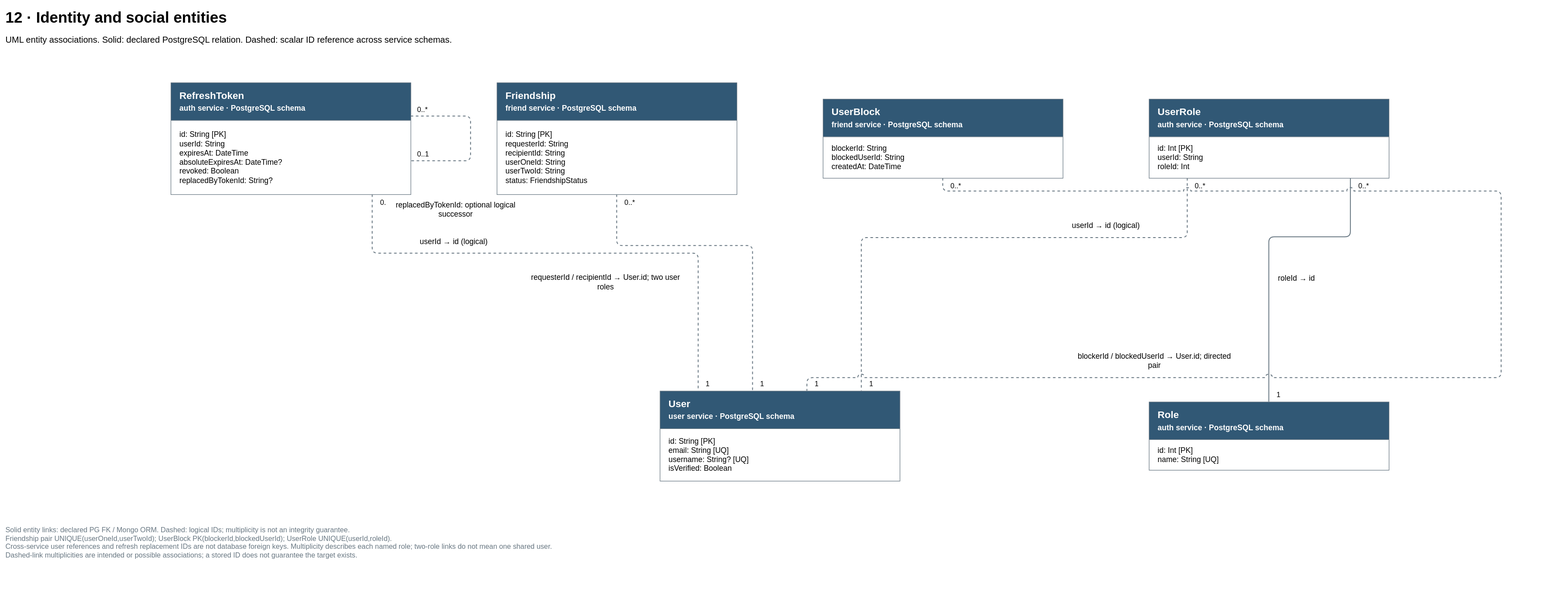
This is docs/diagrams/velora-current/importable-svg/12-identity-social.drawio.svg from HieuCuteDangYeu/velora-backend, a draw.io export, as it was before one commit. Source tidied: cells renumbered, new cells last; positions are measured from the earlier drawing's top-left corner, leaving out a move shared by most shapes.
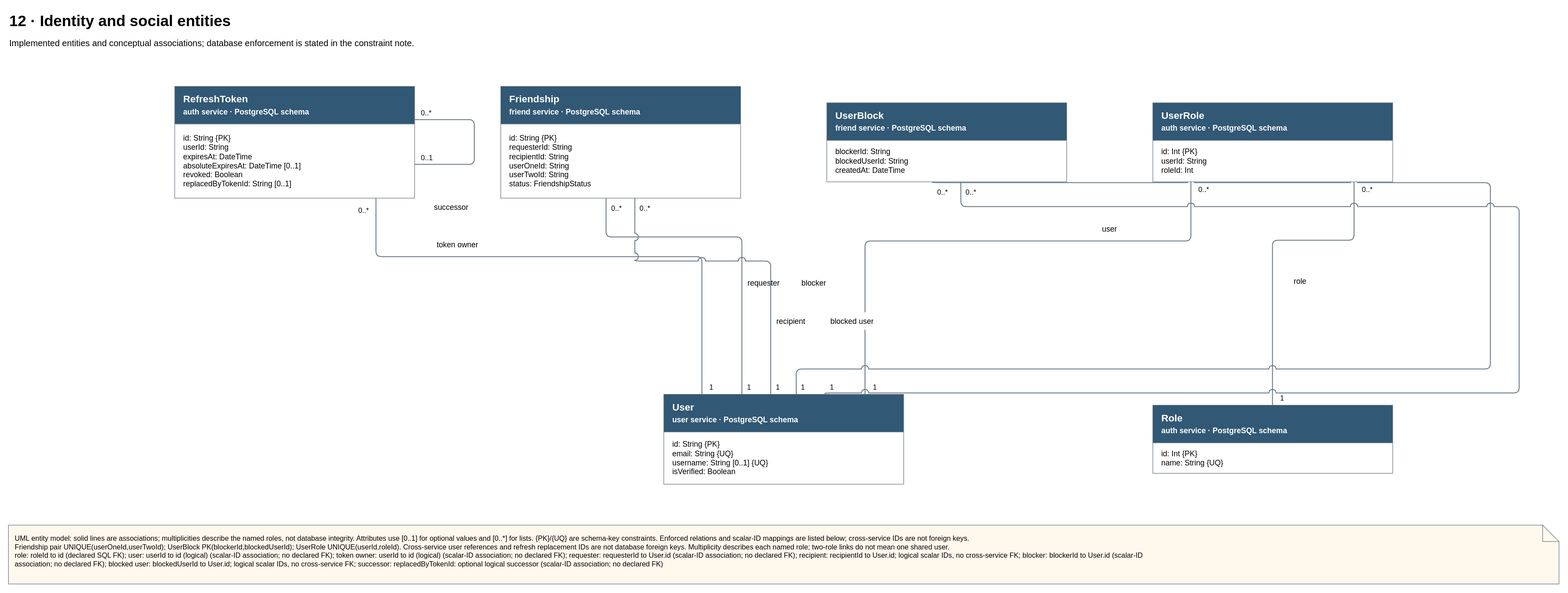
After the change.

The edit, as a diff of the source:
```diff
@@ -12,3 +12,3 @@
     </mxCell>
-    <mxCell id="3" value="roleId → id" style="text;html=1;whiteSpace=wrap;overflow=hidden;fontFamily=Arial;fontSize=14;align=center;verticalAlign=middle;fillColor=#ffffff;spacing=0;fontFamily=Arial;" parent="1" vertex="1">
+    <mxCell id="3" value="role" style="text;html=1;whiteSpace=wrap;overflow=hidden;fontFamily=Arial;fontSize=14;align=center;verticalAlign=middle;fillColor=#ffffff;spacing=0;fontFamily=Arial;" parent="1" vertex="1">
       <mxGeometry x="2326" y="485.4" width="86.9" height="32" as="geometry" />
@@ -21,3 +21,3 @@
     </mxCell>
-    <mxCell id="6" style="edgeStyle=none;noEdgeStyle=1;html=1;strokeColor=#687782;strokeWidth=1.6;jumpStyle=arc;jumpSize=12;exitPerimeter=0;entryPerimeter=0;exitX=0.1600000000000002;exitY=1.0;entryX=0.8400000000000003;entryY=0.0;endArrow=none;dashed=1;fontFamily=Arial;" parent="1" edge="1" source="30" target="26">
+    <mxCell id="6" style="edgeStyle=none;noEdgeStyle=1;html=1;strokeColor=#687782;strokeWidth=1.6;jumpStyle=arc;jumpSize=12;exitPerimeter=0;entryPerimeter=0;exitX=0.1600000000000002;exitY=1.0;entryX=0.8400000000000003;entryY=0.0;endArrow=none;fontFamily=Arial;" parent="1" edge="1" source="30" target="26">
       <mxGeometry relative="1" as="geometry">
@@ -29,3 +29,3 @@
     </mxCell>
-    <mxCell id="7" value="userId → id (logical)" style="text;html=1;whiteSpace=wrap;overflow=hidden;fontFamily=Arial;fontSize=14;align=center;verticalAlign=middle;fillColor=#ffffff;spacing=0;fontFamily=Arial;" parent="1" vertex="1">
+    <mxCell id="7" value="user" style="text;html=1;whiteSpace=wrap;overflow=hidden;fontFamily=Arial;fontSize=14;align=center;verticalAlign=middle;fillColor=#ffffff;spacing=0;fontFamily=Arial;" parent="1" vertex="1">
       <mxGeometry x="1945.8" y="389.2" width="148.2" height="32" as="geometry" />
@@ -38,3 +38,3 @@
     </mxCell>
-    <mxCell id="10" style="edgeStyle=none;noEdgeStyle=1;html=1;strokeColor=#687782;strokeWidth=1.6;jumpStyle=arc;jumpSize=12;exitPerimeter=0;entryPerimeter=0;exitX=0.8400000000000001;exitY=1.0;entryX=0.1599999999999997;entryY=0.0;endArrow=none;dashed=1;fontFamily=Arial;" parent="1" edge="1" source="32" target="26">
+    <mxCell id="10" style="edgeStyle=none;noEdgeStyle=1;html=1;strokeColor=#687782;strokeWidth=1.6;jumpStyle=arc;jumpSize=12;exitPerimeter=0;entryPerimeter=0;exitX=0.8400000000000001;exitY=1.0;entryX=0.1599999999999997;entryY=0.0;endArrow=none;fontFamily=Arial;" parent="1" edge="1" source="32" target="26">
       <mxGeometry relative="1" as="geometry">
@@ -46,3 +46,3 @@
     </mxCell>
-    <mxCell id="11" value="userId → id (logical)" style="text;html=1;whiteSpace=wrap;overflow=hidden;fontFamily=Arial;fontSize=14;align=center;verticalAlign=middle;fillColor=#ffffff;spacing=0;fontFamily=Arial;" parent="1" vertex="1">
+    <mxCell id="11" value="token owner" style="text;html=1;whiteSpace=wrap;overflow=hidden;fontFamily=Arial;fontSize=14;align=center;verticalAlign=middle;fillColor=#ffffff;spacing=0;fontFamily=Arial;" parent="1" vertex="1">
       <mxGeometry x="749.9" y="417.8" width="148.2" height="32" as="geometry" />
@@ -50,3 +50,3 @@
     <mxCell id="12" value="0..*" style="text;html=1;whiteSpace=wrap;overflow=hidden;fontFamily=Arial;fontSize=13;align=left;verticalAlign=middle;fontFamily=Arial;" parent="1" vertex="1">
-      <mxGeometry x="686.6" y="352" width="48" height="18" as="geometry" />
+      <mxGeometry x="639.6" y="360" width="58" height="22" as="geometry" />
     </mxCell>
@@ -55,7 +55,7 @@
     </mxCell>
-    <mxCell id="14" style="edgeStyle=none;noEdgeStyle=1;html=1;strokeColor=#687782;strokeWidth=1.6;jumpStyle=arc;jumpSize=12;exitPerimeter=0;entryPerimeter=0;exitX=0.5000000000000002;exitY=1.0;entryX=0.3866666666666669;entryY=0.0;endArrow=none;dashed=1;fontFamily=Arial;" parent="1" edge="1" source="34" target="26">
+    <mxCell id="14" style="edgeStyle=none;noEdgeStyle=1;html=1;strokeColor=#687782;strokeWidth=1.6;jumpStyle=arc;jumpSize=12;exitPerimeter=0;entryPerimeter=0;exitX=0.4400000000000002;exitY=1.0;entryX=0.3266666666666669;entryY=0.0;endArrow=none;fontFamily=Arial;" parent="1" edge="1" source="34" target="26">
       <mxGeometry relative="1" as="geometry">
         <Array as="points">
-          <mxPoint x="1123" y="441.8" />
-          <mxPoint x="1372.1" y="441.8" />
+          <mxPoint x="1096.6" y="419.8" />
+          <mxPoint x="1345.7" y="419.8" />
         </Array>
@@ -63,18 +63,18 @@
     </mxCell>
-    <mxCell id="15" value="requesterId / recipientId → User.id; two user&lt;br&gt;roles" style="text;html=1;whiteSpace=wrap;overflow=hidden;fontFamily=Arial;fontSize=14;align=center;verticalAlign=middle;fillColor=#ffffff;spacing=0;fontFamily=Arial;" parent="1" vertex="1">
-      <mxGeometry x="950.3" y="482.4" width="305" height="52" as="geometry" />
+    <mxCell id="15" value="requester" style="text;html=1;whiteSpace=wrap;overflow=hidden;fontFamily=Arial;fontSize=14;align=left;verticalAlign=middle;fillColor=#ffffff;spacing=0;fontFamily=Arial;" parent="1" vertex="1">
+      <mxGeometry x="1355.7" y="488" width="105" height="32" as="geometry" />
     </mxCell>
     <mxCell id="16" value="0..*" style="text;html=1;whiteSpace=wrap;overflow=hidden;fontFamily=Arial;fontSize=13;align=left;verticalAlign=middle;fontFamily=Arial;" parent="1" vertex="1">
-      <mxGeometry x="1135" y="352" width="48" height="18" as="geometry" />
+      <mxGeometry x="1103.6" y="357" width="30" height="18" as="geometry" />
     </mxCell>
     <mxCell id="17" value="1" style="text;html=1;whiteSpace=wrap;overflow=hidden;fontFamily=Arial;fontSize=13;align=left;verticalAlign=middle;fontFamily=Arial;" parent="1" vertex="1">
-      <mxGeometry x="1384.1" y="685" width="48" height="18" as="geometry" />
+      <mxGeometry x="1352.7" y="685" width="30" height="18" as="geometry" />
     </mxCell>
-    <mxCell id="18" style="edgeStyle=none;noEdgeStyle=1;html=1;strokeColor=#687782;strokeWidth=1.6;jumpStyle=arc;jumpSize=12;exitPerimeter=0;entryPerimeter=0;exitX=0.5;exitY=1.0;entryX=0.6133333333333331;entryY=0.0;endArrow=none;dashed=1;fontFamily=Arial;" parent="1" edge="1" source="36" target="26">
+    <mxCell id="18" style="edgeStyle=none;noEdgeStyle=1;html=1;strokeColor=#687782;strokeWidth=1.6;jumpStyle=arc;jumpSize=12;exitPerimeter=0;entryPerimeter=0;exitX=0.44;exitY=1.0;entryX=0.553333333333333;entryY=0.0;endArrow=none;fontFamily=Arial;" parent="1" edge="1" source="36" target="26">
       <mxGeometry relative="1" as="geometry">
         <Array as="points">
-          <mxPoint x="1721" y="342" />
-          <mxPoint x="2745" y="342" />
-          <mxPoint x="2745" y="684" />
-          <mxPoint x="1471.9" y="684" />
+          <mxPoint x="1694.6" y="320" />
+          <mxPoint x="2718.6" y="320" />
+          <mxPoint x="2718.6" y="662" />
+          <mxPoint x="1445.5" y="662" />
         </Array>
@@ -82,12 +82,12 @@
     </mxCell>
-    <mxCell id="19" value="blockerId / blockedUserId → User.id; directed&lt;br&gt;pair" style="text;html=1;whiteSpace=wrap;overflow=hidden;fontFamily=Arial;fontSize=14;align=center;verticalAlign=middle;fillColor=#ffffff;spacing=0;fontFamily=Arial;" parent="1" vertex="1">
-      <mxGeometry x="1951.6" y="626" width="313.7" height="52" as="geometry" />
+    <mxCell id="19" value="blocker" style="text;html=1;whiteSpace=wrap;overflow=hidden;fontFamily=Arial;fontSize=14;align=left;verticalAlign=middle;fillColor=#ffffff;spacing=0;fontFamily=Arial;" parent="1" vertex="1">
+      <mxGeometry x="1455.5" y="488" width="105" height="32" as="geometry" />
     </mxCell>
     <mxCell id="20" value="0..*" style="text;html=1;whiteSpace=wrap;overflow=hidden;fontFamily=Arial;fontSize=13;align=left;verticalAlign=middle;fontFamily=Arial;" parent="1" vertex="1">
-      <mxGeometry x="1733" y="322" width="48" height="18" as="geometry" />
+      <mxGeometry x="1701.6" y="327" width="30" height="18" as="geometry" />
     </mxCell>
     <mxCell id="21" value="1" style="text;html=1;whiteSpace=wrap;overflow=hidden;fontFamily=Arial;fontSize=13;align=left;verticalAlign=middle;fontFamily=Arial;" parent="1" vertex="1">
-      <mxGeometry x="1483.9" y="685" width="48" height="18" as="geometry" />
+      <mxGeometry x="1452.5" y="685" width="30" height="18" as="geometry" />
     </mxCell>
-    <mxCell id="22" style="edgeStyle=none;noEdgeStyle=1;html=1;strokeColor=#687782;strokeWidth=1.6;jumpStyle=arc;jumpSize=12;exitPerimeter=0;entryPerimeter=0;exitX=1.0;exitY=0.3;entryX=1.0;entryY=0.7;endArrow=none;dashed=1;fontFamily=Arial;" parent="1" edge="1" source="32" target="32">
+    <mxCell id="22" style="edgeStyle=none;noEdgeStyle=1;html=1;strokeColor=#687782;strokeWidth=1.6;jumpStyle=arc;jumpSize=12;exitPerimeter=0;entryPerimeter=0;exitX=1.0;exitY=0.3;entryX=1.0;entryY=0.7;endArrow=none;fontFamily=Arial;" parent="1" edge="1" source="32" target="32">
       <mxGeometry relative="1" as="geometry">
@@ -99,4 +99,4 @@
     </mxCell>
-    <mxCell id="23" value="replacedByTokenId: optional logical&lt;br&gt;successor" style="text;html=1;whiteSpace=wrap;overflow=hidden;fontFamily=Arial;fontSize=14;align=center;verticalAlign=middle;fillColor=#ffffff;spacing=0;fontFamily=Arial;" parent="1" vertex="1">
-      <mxGeometry x="699.8" y="348.5" width="255.5" height="52" as="geometry" />
+    <mxCell id="23" value="successor" style="text;html=1;whiteSpace=wrap;overflow=hidden;fontFamily=Arial;fontSize=14;align=center;verticalAlign=middle;fillColor=#ffffff;spacing=0;fontFamily=Arial;" parent="1" vertex="1">
+      <mxGeometry x="760" y="348.5" width="105" height="32" as="geometry" />
     </mxCell>
@@ -111,3 +111,3 @@
     </mxCell>
-    <mxCell id="27" value="id: String [PK]&lt;br&gt;email: String [UQ]&lt;br&gt;username: String? [UQ]&lt;br&gt;isVerified: Boolean" style="text;html=1;whiteSpace=wrap;overflow=hidden;fontFamily=Arial;fontSize=14;align=left;verticalAlign=middle;spacingLeft=14;spacingRight=14;strokeColor=none;fillColor=none;fontFamily=Arial;" parent="26" vertex="1">
+    <mxCell id="27" value="id: String {PK}&lt;br&gt;email: String {UQ}&lt;br&gt;username: String [0..1] {UQ}&lt;br&gt;isVerified: Boolean" style="text;html=1;whiteSpace=wrap;overflow=hidden;fontFamily=Arial;fontSize=14;align=left;verticalAlign=middle;spacingLeft=14;spacingRight=14;strokeColor=none;fillColor=none;fontFamily=Arial;" parent="26" vertex="1">
       <mxGeometry y="69" width="440" height="96" as="geometry" />
@@ -117,3 +117,3 @@
     </mxCell>
-    <mxCell id="29" value="id: Int [PK]&lt;br&gt;name: String [UQ]" style="text;html=1;whiteSpace=wrap;overflow=hidden;fontFamily=Arial;fontSize=14;align=left;verticalAlign=middle;spacingLeft=14;spacingRight=14;strokeColor=none;fillColor=none;fontFamily=Arial;" parent="28" vertex="1">
+    <mxCell id="29" value="id: Int {PK}&lt;br&gt;name: String {UQ}" style="text;html=1;whiteSpace=wrap;overflow=hidden;fontFamily=Arial;fontSize=14;align=left;verticalAlign=middle;spacingLeft=14;spacingRight=14;strokeColor=none;fillColor=none;fontFamily=Arial;" parent="28" vertex="1">
       <mxGeometry y="69" width="440" height="56" as="geometry" />
@@ -123,3 +123,3 @@
     </mxCell>
-    <mxCell id="31" value="id: Int [PK]&lt;br&gt;userId: String&lt;br&gt;roleId: Int" style="text;html=1;whiteSpace=wrap;overflow=hidden;fontFamily=Arial;fontSize=14;align=left;verticalAlign=middle;spacingLeft=14;spacingRight=14;strokeColor=none;fillColor=none;fontFamily=Arial;" parent="30" vertex="1">
+    <mxCell id="31" value="id: Int {PK}&lt;br&gt;userId: String&lt;br&gt;roleId: Int" style="text;html=1;whiteSpace=wrap;overflow=hidden;fontFamily=Arial;fontSize=14;align=left;verticalAlign=middle;spacingLeft=14;spacingRight=14;strokeColor=none;fillColor=none;fontFamily=Arial;" parent="30" vertex="1">
       <mxGeometry y="69" width="440" height="76" as="geometry" />
@@ -129,3 +129,3 @@
     </mxCell>
-    <mxCell id="33" value="id: String [PK]&lt;br&gt;userId: String&lt;br&gt;expiresAt: DateTime&lt;br&gt;absoluteExpiresAt: DateTime?&lt;br&gt;revoked: Boolean&lt;br&gt;replacedByTokenId: String?" style="text;html=1;whiteSpace=wrap;overflow=hidden;fontFamily=Arial;fontSize=14;align=left;verticalAlign=middle;spacingLeft=14;spacingRight=14;strokeColor=none;fillColor=none;fontFamily=Arial;" parent="32" vertex="1">
+    <mxCell id="33" value="id: String {PK}&lt;br&gt;userId: String&lt;br&gt;expiresAt: DateTime&lt;br&gt;absoluteExpiresAt: DateTime [0..1]&lt;br&gt;revoked: Boolean&lt;br&gt;replacedByTokenId: String [0..1]" style="text;html=1;whiteSpace=wrap;overflow=hidden;fontFamily=Arial;fontSize=14;align=left;verticalAlign=middle;spacingLeft=14;spacingRight=14;strokeColor=none;fillColor=none;fontFamily=Arial;" parent="32" vertex="1">
       <mxGeometry y="69" width="440" height="136" as="geometry" />
@@ -135,3 +135,3 @@
     </mxCell>
-    <mxCell id="35" value="id: String [PK]&lt;br&gt;requesterId: String&lt;br&gt;recipientId: String&lt;br&gt;userOneId: String&lt;br&gt;userTwoId: String&lt;br&gt;status: FriendshipStatus" style="text;html=1;whiteSpace=wrap;overflow=hidden;fontFamily=Arial;fontSize=14;align=left;verticalAlign=middle;spacingLeft=14;spacingRight=14;strokeColor=none;fillColor=none;fontFamily=Arial;" parent="34" vertex="1">
+    <mxCell id="35" value="id: String {PK}&lt;br&gt;requesterId: String&lt;br&gt;recipientId: String&lt;br&gt;userOneId: String&lt;br&gt;userTwoId: String&lt;br&gt;status: FriendshipStatus" style="text;html=1;whiteSpace=wrap;overflow=hidden;fontFamily=Arial;fontSize=14;align=left;verticalAlign=middle;spacingLeft=14;spacingRight=14;strokeColor=none;fillColor=none;fontFamily=Arial;" parent="34" vertex="1">
       <mxGeometry y="69" width="440" height="136" as="geometry" />
@@ -147,8 +147,44 @@
     </mxCell>
-    <mxCell id="39" value="UML entity associations. Solid: declared PostgreSQL relation. Dashed: scalar ID reference across service schemas." style="text;html=1;whiteSpace=wrap;overflow=hidden;fontFamily=Arial;fontSize=16;align=left;fontFamily=Arial;" parent="1" vertex="1">
+    <mxCell id="39" value="Implemented entities and conceptual associations; database enforcement is stated in the constraint note." style="text;html=1;whiteSpace=wrap;overflow=hidden;fontFamily=Arial;fontSize=16;align=left;fontFamily=Arial;" parent="1" vertex="1">
       <mxGeometry y="48" width="2844" height="65" as="geometry" />
     </mxCell>
-    <mxCell id="40" value="Solid entity links: declared PG FK / Mongo ORM. Dashed: logical IDs; multiplicity is not an integrity guarantee.&lt;br&gt;Friendship pair UNIQUE(userOneId,userTwoId); UserBlock PK(blockerId,blockedUserId); UserRole UNIQUE(userId,roleId).&lt;br&gt;Cross-service user references and refresh replacement IDs are not database foreign keys. Multiplicity describes each named role; two-role links do not mean one shared user.&lt;br&gt;Dashed-link multiplicities are intended or possible associations; a stored ID does not guarantee the target exists." style="text;html=1;whiteSpace=wrap;overflow=hidden;fontFamily=Arial;fontSize=13;align=left;verticalAlign=top;fontColor=#687782;fontFamily=Arial;" parent="1" vertex="1">
-      <mxGeometry y="948" width="2844" height="135" as="geometry" />
+    <mxCell id="40" value="UML entity model: solid lines are associations; multiplicities describe the named roles, not database integrity. Attributes use [0..1] for optional values and [0..*] for lists. {PK}/{UQ} are schema-key constraints. Enforced relations and scalar-ID mappings are listed below; cross-service IDs are not foreign keys.&lt;br&gt;Friendship pair UNIQUE(userOneId,userTwoId); UserBlock PK(blockerId,blockedUserId); UserRole UNIQUE(userId,roleId). Cross-service user references and refresh replacement IDs are not database foreign keys. Multiplicity describes each named role; two-role links do not mean one shared user.&lt;br&gt;role: roleId to id (declared SQL FK); user: userId to id (logical) (scalar-ID association; no declared FK); token owner: userId to id (logical) (scalar-ID association; no declared FK); requester: requesterId to User.id (scalar-ID association; no declared FK); recipient: recipientId to User.id; logical scalar IDs, no cross-service FK; blocker: blockerId to User.id (scalar-ID&lt;br&gt;association; no declared FK); blocked user: blockedUserId to User.id; logical scalar IDs, no cross-service FK; successor: replacedByTokenId: optional logical successor (scalar-ID association; no declared FK)" style="shape=note;html=1;whiteSpace=wrap;overflow=hidden;fontFamily=Arial;fontSize=13;align=left;verticalAlign=top;spacing=12;fillColor=#fff8ed;strokeColor=#687782;" parent="1" vertex="1">
+      <mxGeometry y="948" width="2844" height="108" as="geometry" />
     </mxCell>
+    <mxCell id="41" style="edgeStyle=none;noEdgeStyle=1;html=1;strokeColor=#687782;strokeWidth=1.6;jumpStyle=arc;jumpSize=12;exitPerimeter=0;entryPerimeter=0;exitX=0.5600000000000003;exitY=1.0;entryX=0.4466666666666669;entryY=0.0;endArrow=none;fontFamily=Arial;" parent="1" edge="1" source="34" target="26">
+      <mxGeometry relative="1" as="geometry">
+        <Array as="points">
+          <mxPoint x="1149.4" y="463.8" />
+          <mxPoint x="1398.5" y="463.8" />
+        </Array>
+      </mxGeometry>
+    </mxCell>
+    <mxCell id="42" value="recipient" style="text;html=1;whiteSpace=wrap;overflow=hidden;fontFamily=Arial;fontSize=14;align=left;verticalAlign=middle;fillColor=#ffffff;spacing=0;fontFamily=Arial;" parent="1" vertex="1">
+      <mxGeometry x="1408.5" y="558" width="105" height="32" as="geometry" />
+    </mxCell>
+    <mxCell id="43" value="0..*" style="text;html=1;whiteSpace=wrap;overflow=hidden;fontFamily=Arial;fontSize=13;align=left;verticalAlign=middle;fontFamily=Arial;" parent="1" vertex="1">
+      <mxGeometry x="1156.4" y="357" width="30" height="18" as="geometry" />
+    </mxCell>
+    <mxCell id="44" value="1" style="text;html=1;whiteSpace=wrap;overflow=hidden;fontFamily=Arial;fontSize=13;align=left;verticalAlign=middle;fontFamily=Arial;" parent="1" vertex="1">
+      <mxGeometry x="1405.5" y="685" width="30" height="18" as="geometry" />
+    </mxCell>
+    <mxCell id="45" style="edgeStyle=none;noEdgeStyle=1;html=1;strokeColor=#687782;strokeWidth=1.6;jumpStyle=arc;jumpSize=12;exitPerimeter=0;entryPerimeter=0;exitX=0.56;exitY=1.0;entryX=0.6733333333333331;entryY=0.0;endArrow=none;fontFamily=Arial;" parent="1" edge="1" source="36" target="26">
+      <mxGeometry relative="1" as="geometry">
+        <Array as="points">
+          <mxPoint x="1747.4" y="364" />
+          <mxPoint x="2771.4" y="364" />
+          <mxPoint x="2771.4" y="706" />
+          <mxPoint x="1498.3" y="706" />
+        </Array>
+      </mxGeometry>
+    </mxCell>
+    <mxCell id="46" value="blocked user" style="text;html=1;whiteSpace=wrap;overflow=hidden;fontFamily=Arial;fontSize=14;align=left;verticalAlign=middle;fillColor=#ffffff;spacing=0;fontFamily=Arial;" parent="1" vertex="1">
+      <mxGeometry x="1508.3" y="558" width="105" height="32" as="geometry" />
+    </mxCell>
+    <mxCell id="47" value="0..*" style="text;html=1;whiteSpace=wrap;overflow=hidden;fontFamily=Arial;fontSize=13;align=left;verticalAlign=middle;fontFamily=Arial;" parent="1" vertex="1">
+      <mxGeometry x="1754.4" y="327" width="30" height="18" as="geometry" />
+    </mxCell>
+    <mxCell id="48" value="1" style="text;html=1;whiteSpace=wrap;overflow=hidden;fontFamily=Arial;fontSize=13;align=left;verticalAlign=middle;fontFamily=Arial;" parent="1" vertex="1">
+      <mxGeometry x="1505.3" y="685" width="30" height="18" as="geometry" />
+    </mxCell>
   </root>
```
